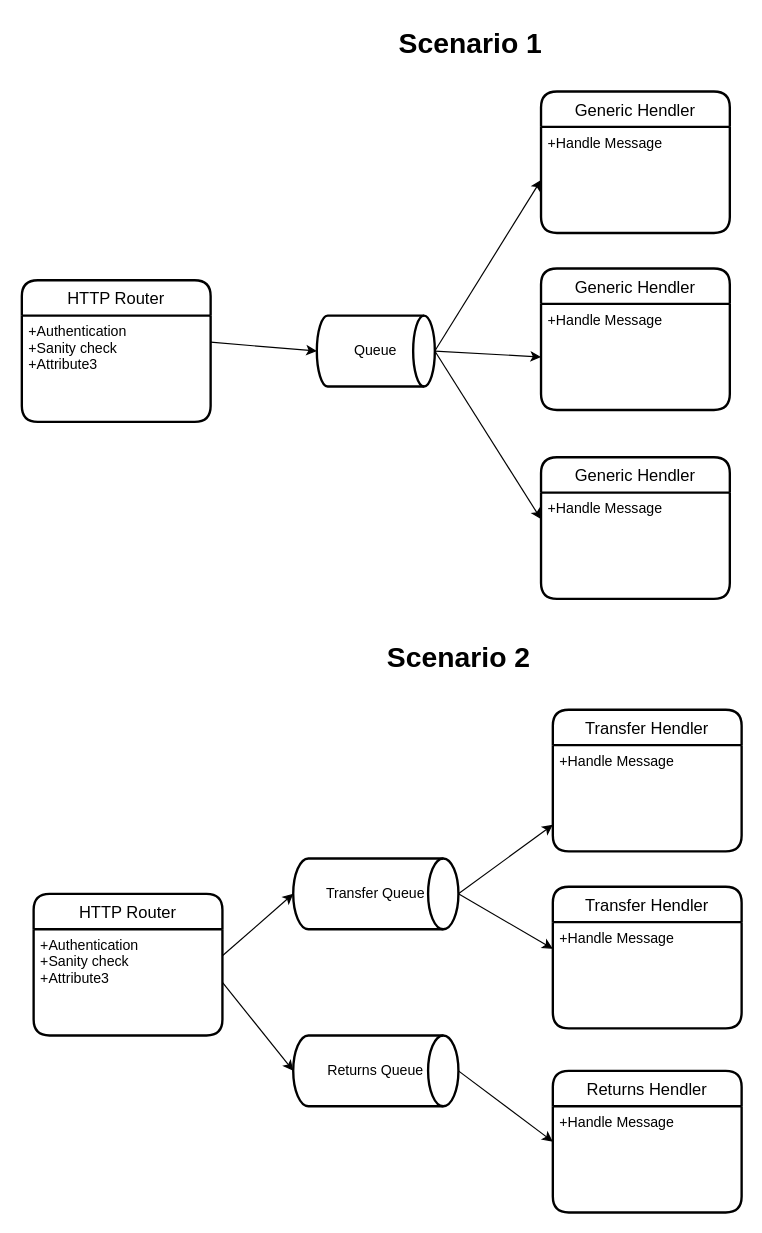
Earlier version of the draw.io diagram page "Page-1" (1 of 2) of Design.drawio (shaharla/TEST). Source tidied: cells renumbered, new cells numbered last; positions are measured from the earlier drawing's top-left corner, leaving out a move shared by most shapes. Both pictures are drawn from the tidied source at 118%, with x=0, y=0 at pixel (21, 20).
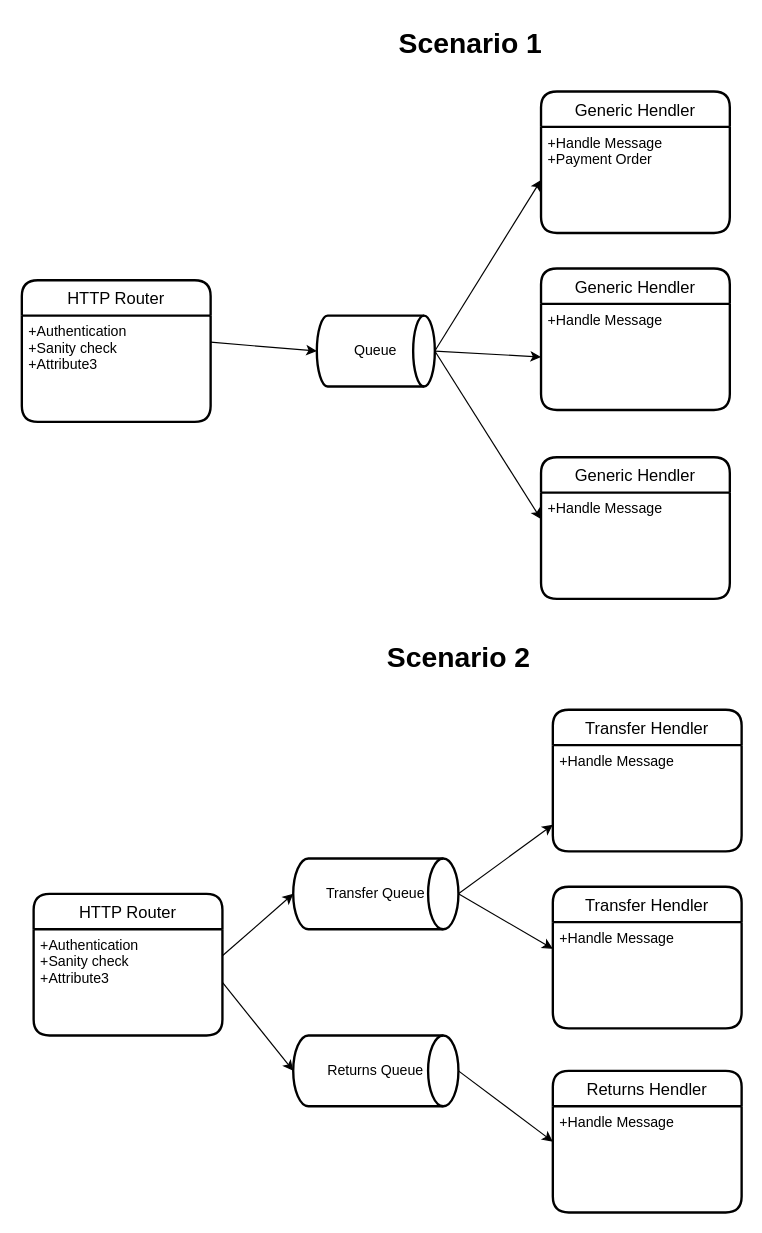
After the change.

Unchanged cells that the change refers to:
```xml
<mxCell id="10" value="Generic Hendler" style="swimlane;horizontal=1;startSize=30;rounded=1;fontSize=14;fontStyle=0;strokeWidth=2;shadow=0;dashed=0;align=center;" parent="1" vertex="1">
  <mxGeometry x="440" y="60" width="160" height="120" as="geometry" />
</mxCell>
```

What changed in the source:
```diff
@@
-    <mxCell id="11" value="+Handle Message" style="align=left;strokeColor=none;fillColor=none;spacingLeft=4;fontSize=12;verticalAlign=top;" parent="10" vertex="1">
+    <mxCell id="11" value="+Handle Message&#10;+Payment Order&#10;" style="align=left;strokeColor=none;fillColor=none;spacingLeft=4;fontSize=12;verticalAlign=top;" parent="10" vertex="1">
       <mxGeometry y="30" width="160" height="90" as="geometry" />
     </mxCell>
```
